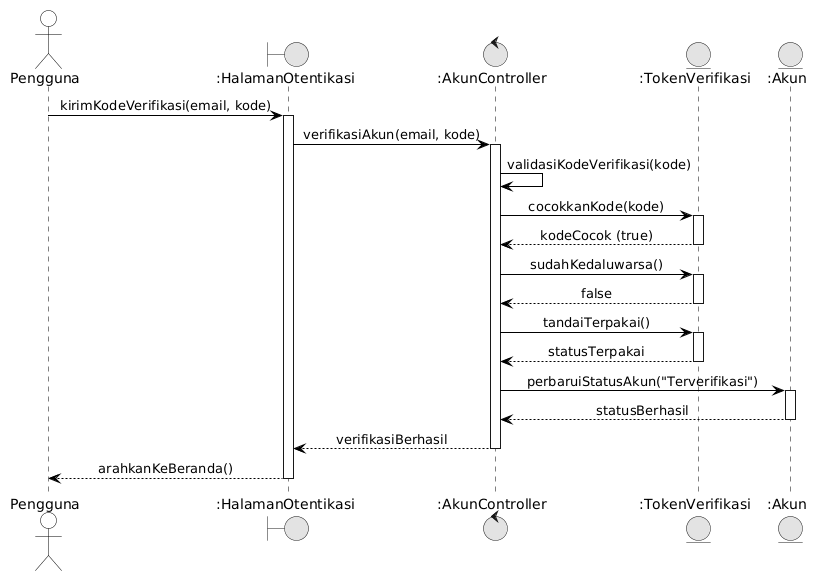
ghaniyul/IF2150-RPL-K01-G02 keeps this PlantUML diagram as docs/M7/assets/diagram/Sequence_UC02_Normal.png. Above is the earlier version.
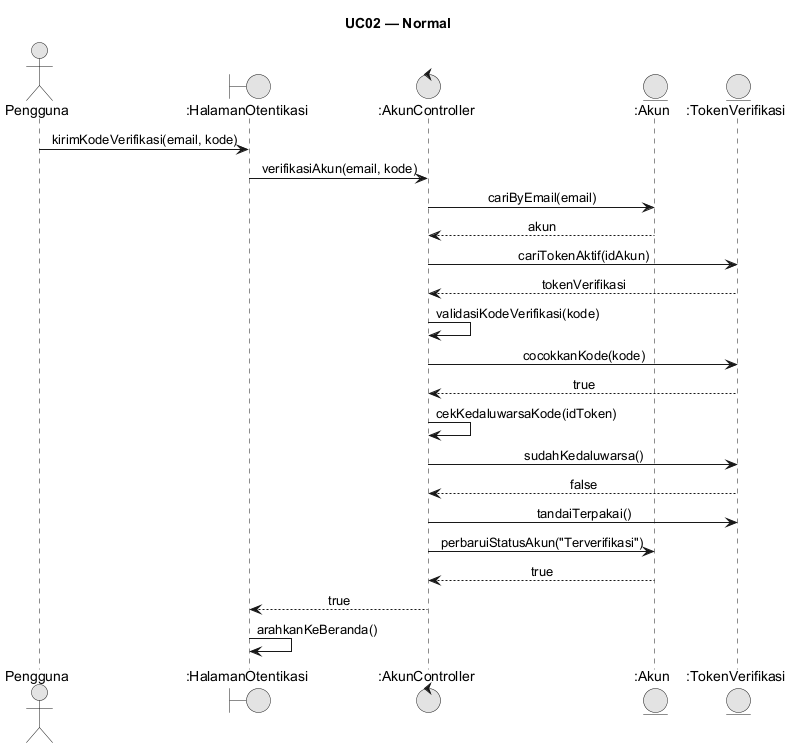
After the commit.

Diff of the diagram source:
```diff
@@ -4,54 +4,28 @@
 skinparam defaultFontName Arial
 skinparam sequenceMessageAlign center
 skinparam backgroundColor #FFFFFF
-
-skinparam participant {
-    BackgroundColor #FFFFFF
-    BorderColor #000000
-}
-skinparam actor {
-    BackgroundColor #FFFFFF
-    BorderColor #000000
-}
-skinparam sequence {
-    LifeLineBackgroundColor #FFFFFF
-    LifeLineBorderColor #000000
-    ArrowColor #000000
-    ActorBorderColor #000000
-    ActorBackgroundColor #FFFFFF
-    GroupBorderColor #000000
-    GroupBackgroundColor #FFFFFF
-}
-
+skinparam responseMessageBelowArrow true
+title UC02 — Normal
 actor "Pengguna" as User
-boundary ":HalamanOtentikasi" as UI
-control ":AkunController" as Ctrl
-entity ":TokenVerifikasi" as Token
+boundary ":HalamanOtentikasi" as UIo
+control ":AkunController" as AC
 entity ":Akun" as Akun
-
-User -> UI: kirimKodeVerifikasi(email, kode)
-activate UI
-UI -> Ctrl: verifikasiAkun(email, kode)
-activate Ctrl
-Ctrl -> Ctrl: validasiKodeVerifikasi(kode)
-Ctrl -> Token: cocokkanKode(kode)
-activate Token
-Token --> Ctrl: kodeCocok (true)
-deactivate Token
-Ctrl -> Token: sudahKedaluwarsa()
-activate Token
-Token --> Ctrl: false
-deactivate Token
-Ctrl -> Token: tandaiTerpakai()
-activate Token
-Token --> Ctrl: statusTerpakai
-deactivate Token
-Ctrl -> Akun: perbaruiStatusAkun("Terverifikasi")
-activate Akun
-Akun --> Ctrl: statusBerhasil
-deactivate Akun
-Ctrl --> UI: verifikasiBerhasil
-deactivate Ctrl
-UI --> User: arahkanKeBeranda()
-deactivate UI
+entity ":TokenVerifikasi" as Tok
+User -> UIo: kirimKodeVerifikasi(email, kode)
+UIo -> AC: verifikasiAkun(email, kode)
+AC -> Akun: cariByEmail(email)
+Akun --> AC: akun
+AC -> Tok: cariTokenAktif(idAkun)
+Tok --> AC: tokenVerifikasi
+AC -> AC: validasiKodeVerifikasi(kode)
+AC -> Tok: cocokkanKode(kode)
+Tok --> AC: true
+AC -> AC: cekKedaluwarsaKode(idToken)
+AC -> Tok: sudahKedaluwarsa()
+Tok --> AC: false
+AC -> Tok: tandaiTerpakai()
+AC -> Akun: perbaruiStatusAkun("Terverifikasi")
+Akun --> AC: true
+AC --> UIo: true
+UIo -> UIo: arahkanKeBeranda()
 @enduml
```
